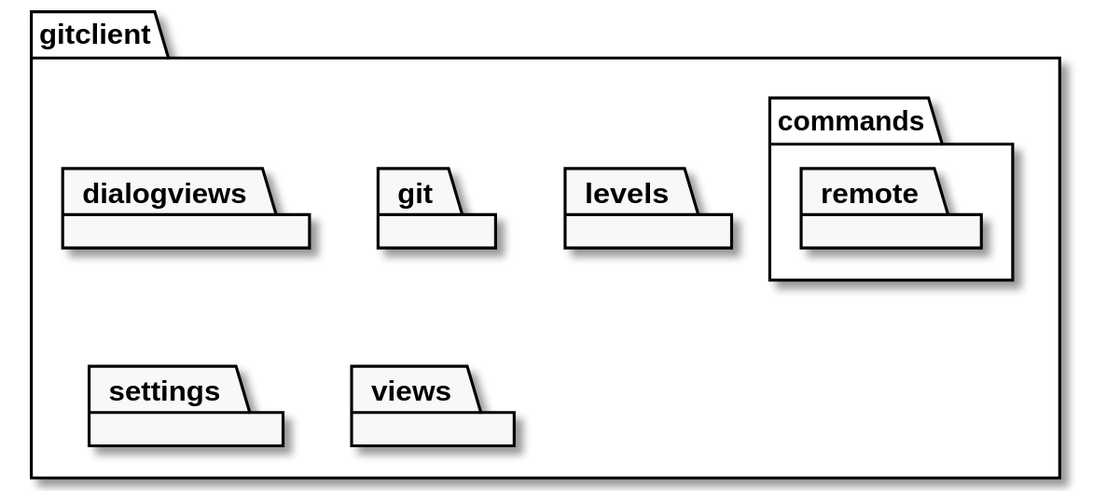
Before: diagrams/Package_overview.svg, a diagram exported from PlantUML (osl2/Skalierbarer-Git-Client).
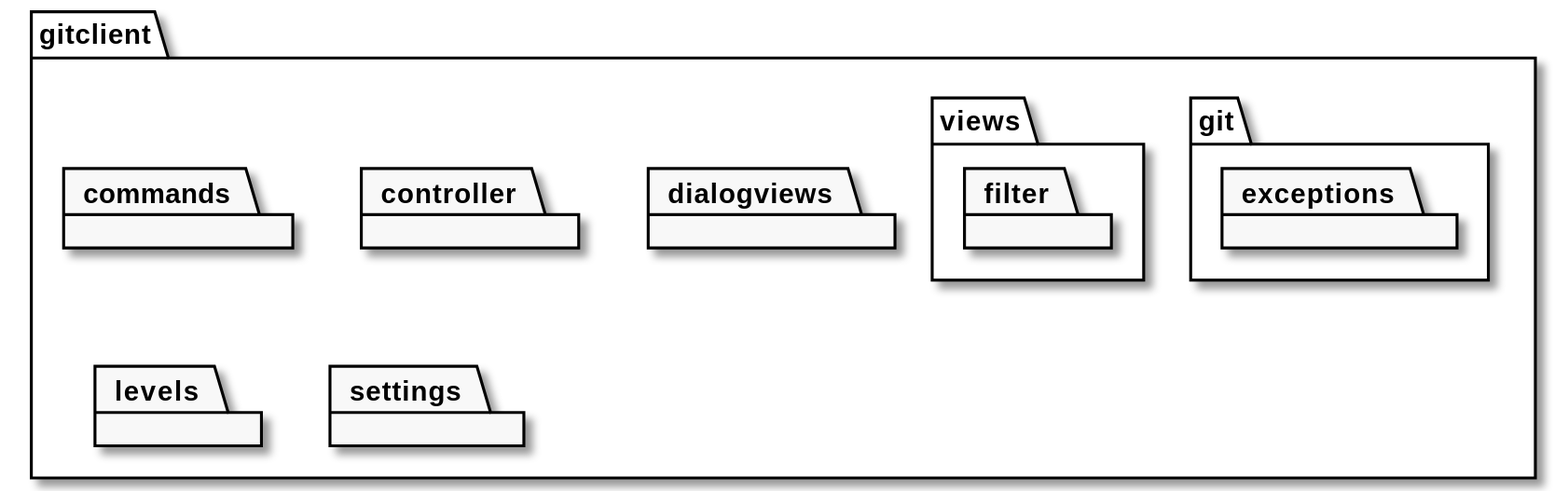
After the commit.

Diff of the diagram source:
```diff
@@ -2,13 +2,16 @@
 skinparam monochrome true
 
 package gitclient {
-package commands {
-package remote
-}
+package commands
+package controller
 package dialogviews
-package git
+package git{
+package exceptions
+ }
 package levels
 package settings
-package views
+package views {
+package filter
+}
 }
 @enduml
```
